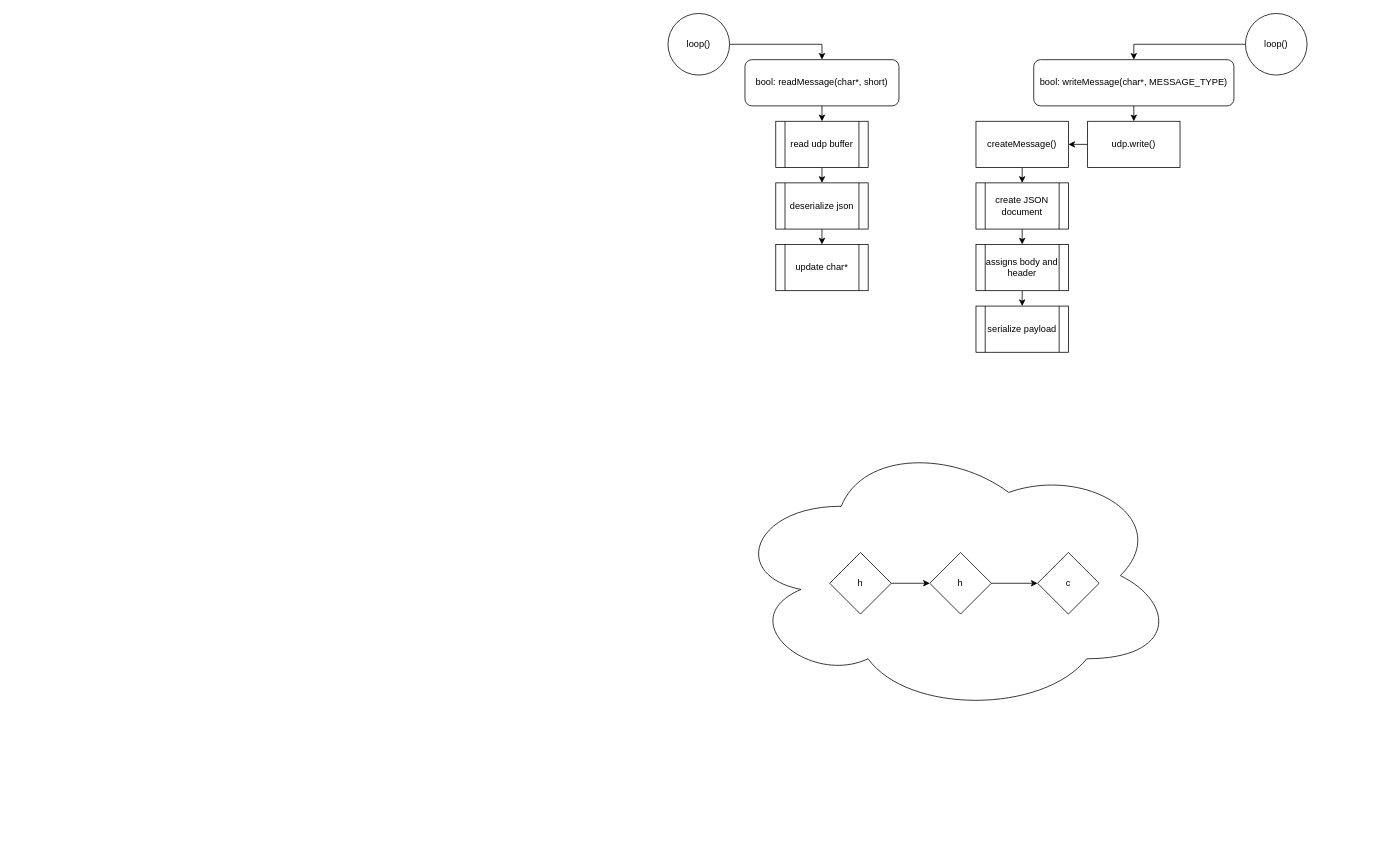
The draw.io diagram page "Network" (3 of 3) of glEEmail flow.drawio in Matt-and-Gib/gleemail, before the edit. Source tidied: cells renumbered, new cells numbered last; positions are measured from the earlier drawing's top-left corner, leaving out a move shared by most shapes. Both pictures are drawn from the tidied source at 77%, with x=0, y=0 at pixel (668, 13).
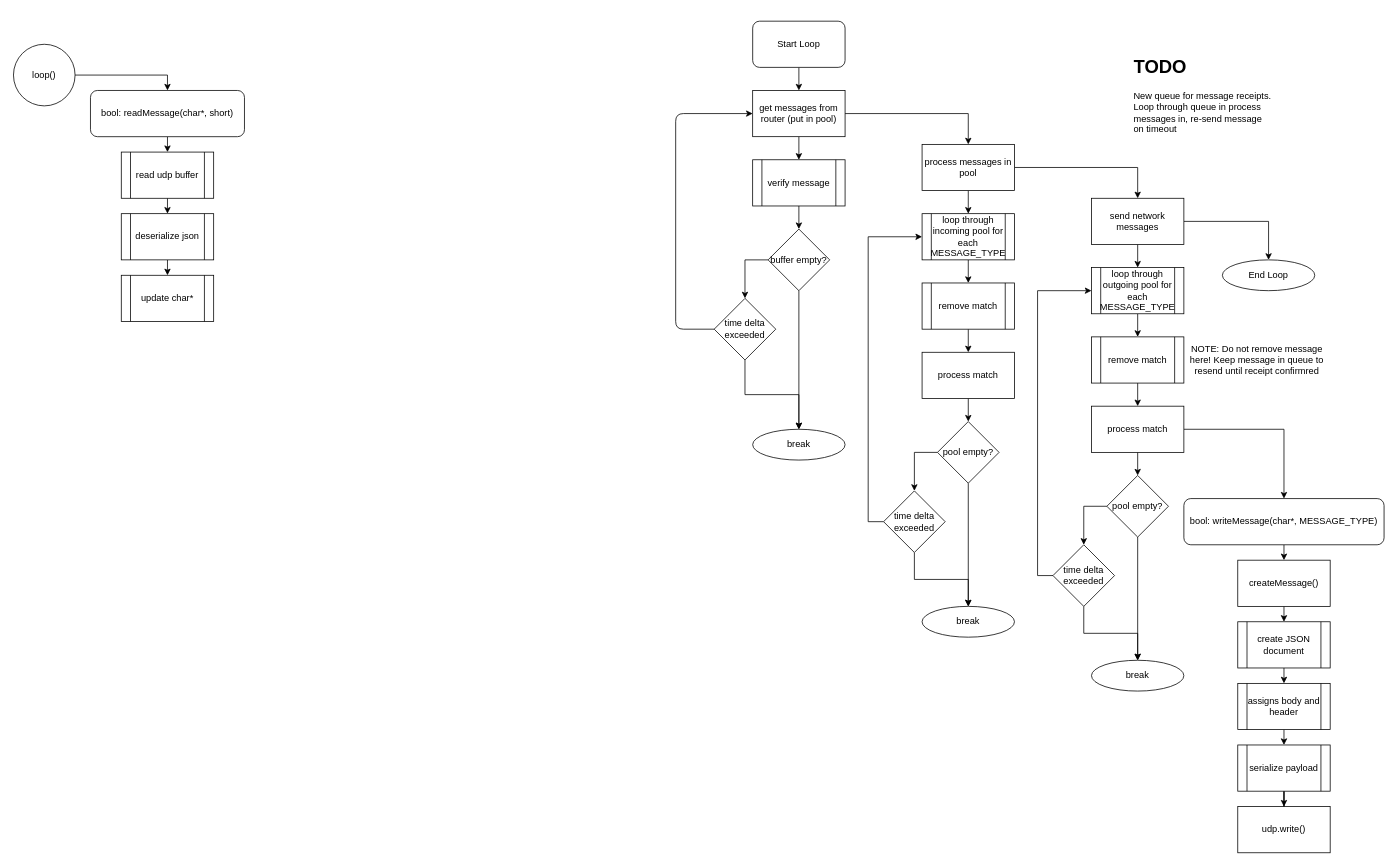
After the change.

Commit message (it also covers changes not shown here):
Planning network flow

The edit, as a diff of the source:
```diff
@@
     <mxCell id="3" value="bool: readMessage(char*, short)" style="rounded=1;whiteSpace=wrap;html=1;" parent="1" vertex="1">
-      <mxGeometry x="100" y="60" width="200" height="60" as="geometry" />
+      <mxGeometry x="-750" y="100" width="200" height="60" as="geometry" />
     </mxCell>
-    <mxCell id="4" style="edgeStyle=orthogonalEdgeStyle;rounded=0;jettySize=auto;html=1;exitX=0.5;exitY=1;exitDx=0;exitDy=0;entryX=0.5;entryY=0;entryDx=0;entryDy=0;" parent="1" edge="1" source="5" target="12">
-      <mxGeometry relative="1" as="geometry" />
-    </mxCell>
+    <mxCell id="30" style="edgeStyle=orthogonalEdgeStyle;rounded=0;jettySize=auto;html=1;exitX=0.5;exitY=1;exitDx=0;exitDy=0;entryX=0.5;entryY=0;entryDx=0;entryDy=0;" parent="1" edge="1" source="5" target="14">
+      <mxGeometry relative="1" as="geometry" />
+    </mxCell>
     <mxCell id="5" value="bool: writeMessage(char*, MESSAGE_TYPE)" style="rounded=1;whiteSpace=wrap;html=1;" parent="1" vertex="1">
-      <mxGeometry x="475" y="60" width="260" height="60" as="geometry" />
+      <mxGeometry x="670" y="630" width="260" height="60" as="geometry" />
     </mxCell>
@@
     <mxCell id="7" value="read udp buffer" style="shape=process;whiteSpace=wrap;html=1;backgroundOutline=1;" parent="1" vertex="1">
-      <mxGeometry x="140" y="140" width="120" height="60" as="geometry" />
+      <mxGeometry x="-710" y="180" width="120" height="60" as="geometry" />
     </mxCell>
@@
     <mxCell id="9" value="deserialize json" style="shape=process;whiteSpace=wrap;html=1;backgroundOutline=1;" parent="1" vertex="1">
-      <mxGeometry x="140" y="220" width="120" height="60" as="geometry" />
+      <mxGeometry x="-710" y="260" width="120" height="60" as="geometry" />
     </mxCell>
     <mxCell id="10" value="update char*" style="shape=process;whiteSpace=wrap;html=1;backgroundOutline=1;" parent="1" vertex="1">
-      <mxGeometry x="140" y="300" width="120" height="60" as="geometry" />
+      <mxGeometry x="-710" y="340" width="120" height="60" as="geometry" />
     </mxCell>
-    <mxCell id="11" style="edgeStyle=orthogonalEdgeStyle;rounded=0;jettySize=auto;html=1;exitX=0;exitY=0.5;exitDx=0;exitDy=0;entryX=1;entryY=0.5;entryDx=0;entryDy=0;" parent="1" edge="1" source="12" target="14">
-      <mxGeometry relative="1" as="geometry" />
-    </mxCell>
     <mxCell id="12" value="udp.write()" style="rounded=0;whiteSpace=wrap;html=1;" parent="1" vertex="1">
-      <mxGeometry x="545" y="140" width="120" height="60" as="geometry" />
+      <mxGeometry x="740" y="1030" width="120" height="60" as="geometry" />
     </mxCell>
@@
     <mxCell id="14" value="createMessage()" style="rounded=0;whiteSpace=wrap;html=1;" parent="1" vertex="1">
-      <mxGeometry x="400" y="140" width="120" height="60" as="geometry" />
+      <mxGeometry x="740" y="710" width="120" height="60" as="geometry" />
     </mxCell>
@@
     <mxCell id="16" value="create JSON document" style="shape=process;whiteSpace=wrap;html=1;backgroundOutline=1;" parent="1" vertex="1">
-      <mxGeometry x="400" y="220" width="120" height="60" as="geometry" />
+      <mxGeometry x="740" y="790" width="120" height="60" as="geometry" />
     </mxCell>
@@
     <mxCell id="18" value="assigns body and header" style="shape=process;whiteSpace=wrap;html=1;backgroundOutline=1;" parent="1" vertex="1">
-      <mxGeometry x="400" y="300" width="120" height="60" as="geometry" />
+      <mxGeometry x="740" y="870" width="120" height="60" as="geometry" />
     </mxCell>
+    <mxCell id="31" style="edgeStyle=orthogonalEdgeStyle;rounded=0;jettySize=auto;html=1;exitX=0.5;exitY=1;exitDx=0;exitDy=0;" parent="1" edge="1" source="19" target="12">
+      <mxGeometry relative="1" as="geometry" />
+    </mxCell>
     <mxCell id="19" value="serialize payload" style="shape=process;whiteSpace=wrap;html=1;backgroundOutline=1;" parent="1" vertex="1">
-      <mxGeometry x="400" y="380" width="120" height="60" as="geometry" />
+      <mxGeometry x="740" y="950" width="120" height="60" as="geometry" />
     </mxCell>
@@
     <mxCell id="21" value="loop()" style="ellipse;whiteSpace=wrap;html=1;" parent="1" vertex="1">
-      <mxGeometry width="80" height="80" as="geometry" />
+      <mxGeometry x="-850" y="40" width="80" height="80" as="geometry" />
     </mxCell>
-    <mxCell id="22" style="edgeStyle=orthogonalEdgeStyle;rounded=0;jettySize=auto;html=1;exitX=0;exitY=0.5;exitDx=0;exitDy=0;entryX=0.5;entryY=0;entryDx=0;entryDy=0;" parent="1" edge="1" source="23" target="5">
-      <mxGeometry relative="1" as="geometry" />
-    </mxCell>
-    <mxCell id="23" value="loop()" style="ellipse;whiteSpace=wrap;html=1;" parent="1" vertex="1">
-      <mxGeometry x="750" width="80" height="80" as="geometry" />
-    </mxCell>
-    <mxCell id="24" style="ellipse;shape=cloud;whiteSpace=wrap;html=1;" parent="1" vertex="1">
-      <mxGeometry x="80" y="550" width="580" height="360" as="geometry" />
-    </mxCell>
-    <mxCell id="25" style="edgeStyle=orthogonalEdgeStyle;rounded=0;jettySize=auto;html=1;exitX=1;exitY=0.5;exitDx=0;exitDy=0;entryX=0;entryY=0.5;entryDx=0;entryDy=0;" parent="1" edge="1" source="26" target="28">
-      <mxGeometry relative="1" as="geometry" />
-    </mxCell>
-    <mxCell id="26" value="h" style="rhombus;whiteSpace=wrap;html=1;" parent="1" vertex="1">
-      <mxGeometry x="210" y="700" width="80" height="80" as="geometry" />
-    </mxCell>
-    <mxCell id="27" style="edgeStyle=orthogonalEdgeStyle;rounded=0;jettySize=auto;html=1;exitX=1;exitY=0.5;exitDx=0;exitDy=0;entryX=0;entryY=0.5;entryDx=0;entryDy=0;" parent="1" edge="1" source="28" target="29">
-      <mxGeometry relative="1" as="geometry" />
-    </mxCell>
-    <mxCell id="28" value="h" style="rhombus;whiteSpace=wrap;html=1;" parent="1" vertex="1">
-      <mxGeometry x="340" y="700" width="80" height="80" as="geometry" />
-    </mxCell>
-    <mxCell id="29" value="c" style="rhombus;whiteSpace=wrap;html=1;" parent="1" vertex="1">
-      <mxGeometry x="480" y="700" width="80" height="80" as="geometry" />
-    </mxCell>
+    <mxCell id="32" style="edgeStyle=orthogonalEdgeStyle;rounded=0;jettySize=auto;html=1;exitX=1;exitY=0.5;exitDx=0;exitDy=0;entryX=0.5;entryY=0;entryDx=0;entryDy=0;" parent="1" edge="1" source="34" target="46">
+      <mxGeometry relative="1" as="geometry" />
+    </mxCell>
+    <mxCell id="33" style="edgeStyle=orthogonalEdgeStyle;rounded=0;jettySize=auto;html=1;exitX=0.5;exitY=1;exitDx=0;exitDy=0;entryX=0.5;entryY=0;entryDx=0;entryDy=0;" parent="1" edge="1" source="34" target="79">
+      <mxGeometry relative="1" as="geometry" />
+    </mxCell>
+    <mxCell id="34" value="get messages from router (put in pool)" style="rounded=0;whiteSpace=wrap;html=1;" parent="1" vertex="1">
+      <mxGeometry x="110" y="100" width="120" height="60" as="geometry" />
+    </mxCell>
+    <mxCell id="35" style="edgeStyle=orthogonalEdgeStyle;rounded=0;jettySize=auto;html=1;exitX=0.5;exitY=1;exitDx=0;exitDy=0;entryX=0.5;entryY=0;entryDx=0;entryDy=0;" parent="1" edge="1" source="36" target="37">
+      <mxGeometry relative="1" as="geometry" />
+    </mxCell>
+    <mxCell id="36" value="time delta exceeded" style="rhombus;whiteSpace=wrap;html=1;" parent="1" vertex="1">
+      <mxGeometry x="60" y="370" width="80" height="80" as="geometry" />
+    </mxCell>
+    <mxCell id="37" value="break" style="ellipse;whiteSpace=wrap;html=1;" parent="1" vertex="1">
+      <mxGeometry x="110" y="540" width="120" height="40" as="geometry" />
+    </mxCell>
+    <mxCell id="38" style="endArrow=classic;html=1;exitX=0;exitY=0.5;exitDx=0;exitDy=0;entryX=0;entryY=0.5;entryDx=0;entryDy=0;" parent="1" edge="1" source="36" target="34">
+      <mxGeometry relative="1" as="geometry">
+        <Array as="points">
+          <mxPoint x="10" y="410" />
+          <mxPoint x="10" y="130" />
+        </Array>
+      </mxGeometry>
+    </mxCell>
+    <mxCell id="39" style="edgeStyle=orthogonalEdgeStyle;rounded=0;jettySize=auto;html=1;exitX=0.5;exitY=1;exitDx=0;exitDy=0;entryX=0.5;entryY=0;entryDx=0;entryDy=0;" parent="1" edge="1" source="41" target="37">
+      <mxGeometry relative="1" as="geometry" />
+    </mxCell>
+    <mxCell id="40" style="edgeStyle=orthogonalEdgeStyle;rounded=0;jettySize=auto;html=1;exitX=0;exitY=0.5;exitDx=0;exitDy=0;" parent="1" edge="1" source="41" target="36">
+      <mxGeometry relative="1" as="geometry" />
+    </mxCell>
+    <mxCell id="41" value="buffer empty?" style="rhombus;whiteSpace=wrap;html=1;" parent="1" vertex="1">
+      <mxGeometry x="130" y="280" width="80" height="80" as="geometry" />
+    </mxCell>
+    <mxCell id="42" style="edgeStyle=orthogonalEdgeStyle;rounded=0;jettySize=auto;html=1;exitX=0.5;exitY=1;exitDx=0;exitDy=0;entryX=0.5;entryY=0;entryDx=0;entryDy=0;" parent="1" edge="1" source="43" target="34">
+      <mxGeometry relative="1" as="geometry" />
+    </mxCell>
+    <mxCell id="43" value="Start Loop" style="rounded=1;whiteSpace=wrap;html=1;" parent="1" vertex="1">
+      <mxGeometry x="110" y="10" width="120" height="60" as="geometry" />
+    </mxCell>
+    <mxCell id="44" style="edgeStyle=orthogonalEdgeStyle;rounded=0;jettySize=auto;html=1;exitX=0.5;exitY=1;exitDx=0;exitDy=0;entryX=0.5;entryY=0;entryDx=0;entryDy=0;" parent="1" edge="1" source="46" target="48">
+      <mxGeometry relative="1" as="geometry" />
+    </mxCell>
+    <mxCell id="45" style="edgeStyle=orthogonalEdgeStyle;rounded=0;jettySize=auto;html=1;exitX=1;exitY=0.5;exitDx=0;exitDy=0;entryX=0.5;entryY=0;entryDx=0;entryDy=0;" parent="1" edge="1" source="46" target="62">
+      <mxGeometry relative="1" as="geometry" />
+    </mxCell>
+    <mxCell id="46" value="process messages in pool" style="rounded=0;whiteSpace=wrap;html=1;" parent="1" vertex="1">
+      <mxGeometry x="330" y="170" width="120" height="60" as="geometry" />
+    </mxCell>
+    <mxCell id="47" style="edgeStyle=orthogonalEdgeStyle;rounded=0;jettySize=auto;html=1;exitX=0.5;exitY=1;exitDx=0;exitDy=0;entryX=0.5;entryY=0;entryDx=0;entryDy=0;" parent="1" edge="1" source="48" target="57">
+      <mxGeometry relative="1" as="geometry" />
+    </mxCell>
+    <mxCell id="48" value="loop through incoming pool for each MESSAGE_TYPE" style="shape=process;whiteSpace=wrap;html=1;backgroundOutline=1;" parent="1" vertex="1">
+      <mxGeometry x="330" y="260" width="120" height="60" as="geometry" />
+    </mxCell>
+    <mxCell id="49" style="edgeStyle=orthogonalEdgeStyle;rounded=0;jettySize=auto;html=1;exitX=0.5;exitY=1;exitDx=0;exitDy=0;entryX=0.5;entryY=0;entryDx=0;entryDy=0;" parent="1" edge="1" source="51" target="52">
+      <mxGeometry relative="1" as="geometry" />
+    </mxCell>
+    <mxCell id="50" style="edgeStyle=orthogonalEdgeStyle;rounded=0;jettySize=auto;html=1;exitX=0;exitY=0.5;exitDx=0;exitDy=0;entryX=0;entryY=0.5;entryDx=0;entryDy=0;" parent="1" edge="1" source="51" target="48">
+      <mxGeometry relative="1" as="geometry" />
+    </mxCell>
+    <mxCell id="51" value="time delta exceeded" style="rhombus;whiteSpace=wrap;html=1;" parent="1" vertex="1">
+      <mxGeometry x="280" y="620" width="80" height="80" as="geometry" />
+    </mxCell>
+    <mxCell id="52" value="break" style="ellipse;whiteSpace=wrap;html=1;" parent="1" vertex="1">
+      <mxGeometry x="330" y="770" width="120" height="40" as="geometry" />
+    </mxCell>
+    <mxCell id="53" style="edgeStyle=orthogonalEdgeStyle;rounded=0;jettySize=auto;html=1;exitX=0.5;exitY=1;exitDx=0;exitDy=0;entryX=0.5;entryY=0;entryDx=0;entryDy=0;" parent="1" edge="1" source="55" target="52">
+      <mxGeometry relative="1" as="geometry" />
+    </mxCell>
+    <mxCell id="54" style="edgeStyle=orthogonalEdgeStyle;rounded=0;jettySize=auto;html=1;exitX=0;exitY=0.5;exitDx=0;exitDy=0;" parent="1" edge="1" source="55" target="51">
+      <mxGeometry relative="1" as="geometry" />
+    </mxCell>
+    <mxCell id="55" value="pool empty?" style="rhombus;whiteSpace=wrap;html=1;" parent="1" vertex="1">
+      <mxGeometry x="350" y="530" width="80" height="80" as="geometry" />
+    </mxCell>
+    <mxCell id="56" style="edgeStyle=orthogonalEdgeStyle;rounded=0;jettySize=auto;html=1;exitX=0.5;exitY=1;exitDx=0;exitDy=0;entryX=0.5;entryY=0;entryDx=0;entryDy=0;" parent="1" edge="1" source="57" target="59">
+      <mxGeometry relative="1" as="geometry" />
+    </mxCell>
+    <mxCell id="57" value="remove match" style="shape=process;whiteSpace=wrap;html=1;backgroundOutline=1;" parent="1" vertex="1">
+      <mxGeometry x="330" y="350" width="120" height="60" as="geometry" />
+    </mxCell>
+    <mxCell id="58" style="edgeStyle=orthogonalEdgeStyle;rounded=0;jettySize=auto;html=1;exitX=0.5;exitY=1;exitDx=0;exitDy=0;entryX=0.5;entryY=0;entryDx=0;entryDy=0;" parent="1" edge="1" source="59" target="55">
+      <mxGeometry relative="1" as="geometry" />
+    </mxCell>
+    <mxCell id="59" value="process match" style="rounded=0;whiteSpace=wrap;html=1;" parent="1" vertex="1">
+      <mxGeometry x="330" y="440" width="120" height="60" as="geometry" />
+    </mxCell>
+    <mxCell id="60" style="edgeStyle=orthogonalEdgeStyle;rounded=0;jettySize=auto;html=1;exitX=1;exitY=0.5;exitDx=0;exitDy=0;entryX=0.5;entryY=0;entryDx=0;entryDy=0;" parent="1" edge="1" source="62" target="63">
+      <mxGeometry relative="1" as="geometry" />
+    </mxCell>
+    <mxCell id="61" style="edgeStyle=orthogonalEdgeStyle;rounded=0;jettySize=auto;html=1;exitX=0.5;exitY=1;exitDx=0;exitDy=0;entryX=0.5;entryY=0;entryDx=0;entryDy=0;" parent="1" edge="1" source="62" target="65">
+      <mxGeometry relative="1" as="geometry" />
+    </mxCell>
+    <mxCell id="62" value="send network messages" style="rounded=0;whiteSpace=wrap;html=1;" parent="1" vertex="1">
+      <mxGeometry x="550" y="240" width="120" height="60" as="geometry" />
+    </mxCell>
+    <mxCell id="63" value="End Loop" style="ellipse;whiteSpace=wrap;html=1;" parent="1" vertex="1">
+      <mxGeometry x="720" y="320" width="120" height="40" as="geometry" />
+    </mxCell>
+    <mxCell id="64" style="edgeStyle=orthogonalEdgeStyle;rounded=0;jettySize=auto;html=1;exitX=0.5;exitY=1;exitDx=0;exitDy=0;entryX=0.5;entryY=0;entryDx=0;entryDy=0;" parent="1" edge="1" source="65" target="74">
+      <mxGeometry relative="1" as="geometry" />
+    </mxCell>
+    <mxCell id="65" value="loop through outgoing pool for each MESSAGE_TYPE" style="shape=process;whiteSpace=wrap;html=1;backgroundOutline=1;" parent="1" vertex="1">
+      <mxGeometry x="550" y="330" width="120" height="60" as="geometry" />
+    </mxCell>
+    <mxCell id="66" style="edgeStyle=orthogonalEdgeStyle;rounded=0;jettySize=auto;html=1;exitX=0.5;exitY=1;exitDx=0;exitDy=0;entryX=0.5;entryY=0;entryDx=0;entryDy=0;" parent="1" edge="1" source="68" target="69">
+      <mxGeometry relative="1" as="geometry" />
+    </mxCell>
+    <mxCell id="67" style="edgeStyle=orthogonalEdgeStyle;rounded=0;jettySize=auto;html=1;exitX=0;exitY=0.5;exitDx=0;exitDy=0;entryX=0;entryY=0.5;entryDx=0;entryDy=0;" parent="1" edge="1" source="68" target="65">
+      <mxGeometry relative="1" as="geometry" />
+    </mxCell>
+    <mxCell id="68" value="time delta exceeded" style="rhombus;whiteSpace=wrap;html=1;" parent="1" vertex="1">
+      <mxGeometry x="500" y="690" width="80" height="80" as="geometry" />
+    </mxCell>
+    <mxCell id="69" value="break" style="ellipse;whiteSpace=wrap;html=1;" parent="1" vertex="1">
+      <mxGeometry x="550" y="840" width="120" height="40" as="geometry" />
+    </mxCell>
+    <mxCell id="70" style="edgeStyle=orthogonalEdgeStyle;rounded=0;jettySize=auto;html=1;exitX=0.5;exitY=1;exitDx=0;exitDy=0;entryX=0.5;entryY=0;entryDx=0;entryDy=0;" parent="1" edge="1" source="72" target="69">
+      <mxGeometry relative="1" as="geometry" />
+    </mxCell>
+    <mxCell id="71" style="edgeStyle=orthogonalEdgeStyle;rounded=0;jettySize=auto;html=1;exitX=0;exitY=0.5;exitDx=0;exitDy=0;" parent="1" edge="1" source="72" target="68">
+      <mxGeometry relative="1" as="geometry" />
+    </mxCell>
+    <mxCell id="72" value="pool empty?" style="rhombus;whiteSpace=wrap;html=1;" parent="1" vertex="1">
+      <mxGeometry x="570" y="600" width="80" height="80" as="geometry" />
+    </mxCell>
+    <mxCell id="73" style="edgeStyle=orthogonalEdgeStyle;rounded=0;jettySize=auto;html=1;exitX=0.5;exitY=1;exitDx=0;exitDy=0;entryX=0.5;entryY=0;entryDx=0;entryDy=0;" parent="1" edge="1" source="74" target="77">
+      <mxGeometry relative="1" as="geometry" />
+    </mxCell>
+    <mxCell id="74" value="remove match" style="shape=process;whiteSpace=wrap;html=1;backgroundOutline=1;" parent="1" vertex="1">
+      <mxGeometry x="550" y="420" width="120" height="60" as="geometry" />
+    </mxCell>
+    <mxCell id="75" style="edgeStyle=orthogonalEdgeStyle;rounded=0;jettySize=auto;html=1;exitX=0.5;exitY=1;exitDx=0;exitDy=0;entryX=0.5;entryY=0;entryDx=0;entryDy=0;" parent="1" edge="1" source="77" target="72">
+      <mxGeometry relative="1" as="geometry" />
+    </mxCell>
+    <mxCell id="76" style="edgeStyle=orthogonalEdgeStyle;rounded=0;jettySize=auto;html=1;exitX=1;exitY=0.5;exitDx=0;exitDy=0;entryX=0.5;entryY=0;entryDx=0;entryDy=0;" parent="1" edge="1" source="77" target="5">
+      <mxGeometry relative="1" as="geometry" />
+    </mxCell>
+    <mxCell id="77" value="process match" style="rounded=0;whiteSpace=wrap;html=1;" parent="1" vertex="1">
+      <mxGeometry x="550" y="510" width="120" height="60" as="geometry" />
+    </mxCell>
+    <mxCell id="78" style="edgeStyle=orthogonalEdgeStyle;rounded=0;jettySize=auto;html=1;exitX=0.5;exitY=1;exitDx=0;exitDy=0;entryX=0.5;entryY=0;entryDx=0;entryDy=0;" parent="1" edge="1" source="79" target="41">
+      <mxGeometry relative="1" as="geometry" />
+    </mxCell>
+    <mxCell id="79" value="verify message" style="shape=process;whiteSpace=wrap;html=1;backgroundOutline=1;" parent="1" vertex="1">
+      <mxGeometry x="110" y="190" width="120" height="60" as="geometry" />
+    </mxCell>
+    <mxCell id="80" value="&lt;h1&gt;TODO&lt;/h1&gt;&lt;p&gt;New queue for message receipts. Loop through queue in process messages in, re-send message on timeout&lt;/p&gt;" style="text;html=1;strokeColor=none;fillColor=none;spacing=5;spacingTop=-20;whiteSpace=wrap;overflow=hidden;rounded=0;" parent="1" vertex="1">
+      <mxGeometry x="600" y="50" width="190" height="120" as="geometry" />
+    </mxCell>
+    <mxCell id="81" value="NOTE: Do not remove message here! Keep message in queue to resend until receipt confirmred" style="text;html=1;strokeColor=none;fillColor=none;align=center;verticalAlign=middle;whiteSpace=wrap;rounded=0;" parent="1" vertex="1">
+      <mxGeometry x="670" y="440" width="190" height="20" as="geometry" />
+    </mxCell>
```
